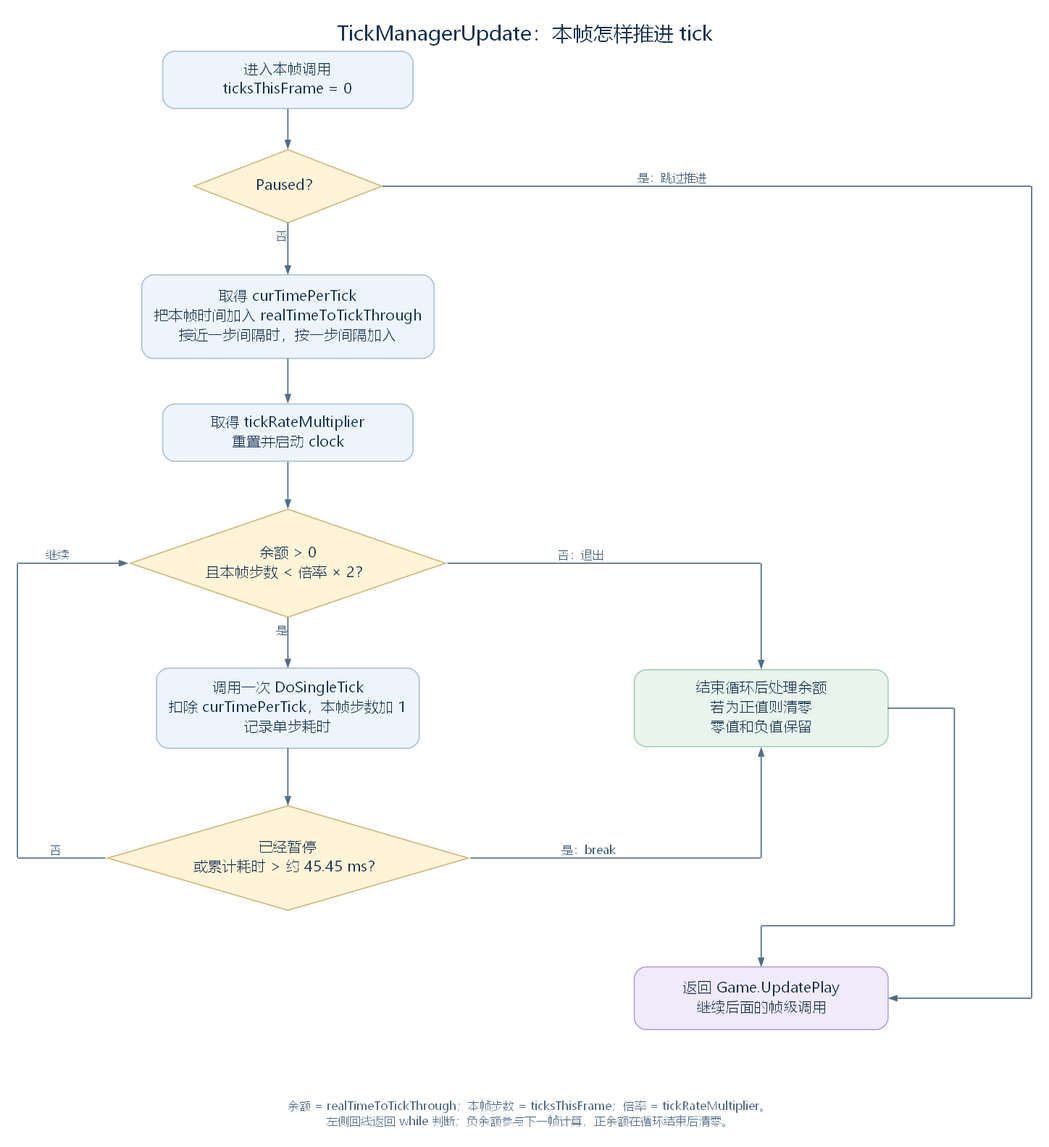
Sil1cateS/rimworld-deconstruction keeps this Graphviz diagram as docs/readable/figures/tickmanager-update-loop.png. Above is the earlier version. Its source is kept beside it as docs/readable/figures/tickmanager-update-loop.dot. The source it was exported from:
```dot
digraph TickManagerUpdate {
  graph [layout=neato, overlap=true, splines=polyline, bgcolor="white", pad="0.25", fontname="Microsoft YaHei", fontsize=21, fontcolor="#17324d", labelloc=t, label="TickManagerUpdate：本帧怎样推进 tick"];
  node [shape=box, style="rounded,filled", fillcolor="#edf4fb", color="#a8bfd4", fontname="Microsoft YaHei", fontsize=15, fontcolor="#17324d", margin="0.18,0.13", width=3.6, height=0.72, penwidth=1.2];
  edge [color="#526d85", fontname="Microsoft YaHei", fontsize=12, fontcolor="#415b73", arrowsize=0.75, penwidth=1.3];
  start [pos="310,1100!", label="进入本帧调用\nticksThisFrame = 0"];
  paused [pos="310,990!", shape=diamond, style=filled, width=2.7, height=1.05, label="Paused？", fillcolor="#fff3d8", color="#cfb579"];
  add [pos="310,855!", height=1.2, label="取得 curTimePerTick\n把本帧时间加入 realTimeToTickThrough\n接近一步间隔时，按一步间隔加入"];
  clock [pos="310,735!", label="取得 tickRateMultiplier\n重置并启动 clock"];
  loop [pos="310,600!", shape=diamond, style=filled, width=4.1, height=1.55, label="余额 > 0\n且本帧步数 < 倍率 × 2？", fillcolor="#fff3d8", color="#cfb579"];
  tick [pos="310,450!", height=1.15, label="调用一次 DoSingleTick\n扣除 curTimePerTick，本帧步数加 1\n记录单步耗时"];
  limit [pos="310,295!", shape=diamond, style=filled, width=3.9, height=1.5, label="已经暂停\n或累计耗时 > 约 45.45 ms？", fillcolor="#fff3d8", color="#cfb579"];
  clear [pos="800,450!", width=3.65, height=1.05, label="结束循环后处理余额\n若为正值则清零\n零值和负值保留", fillcolor="#e8f4ed", color="#a5cbb8"];
  end [pos="800,150!", width=3.65, height=0.9, label="返回 Game.UpdatePlay\n继续后面的帧级调用", fillcolor="#f0eafa", color="#b5a1d1"];
  node [shape=point, width=0.001, height=0.001, label="", style=invis];
  loop_top [pos="30,600!"];
  loop_bottom [pos="30,295!"];
  paused_right [pos="1080,990!"];
  paused_bottom [pos="1080,150!"];
  exit_top [pos="800,600!"];
  break_right [pos="800,295!"];
  clear_right [pos="1000,450!"];
  clear_bottom [pos="1000,225!"];
  end_above [pos="800,225!"];
  start:s -> paused:n;
  paused:s -> add:n [label="否"];
  paused:e -> paused_right [label="是：跳过推进", arrowhead=none];
  paused_right -> paused_bottom [arrowhead=none];
  paused_bottom -> end:e;
  add:s -> clock:n;
  clock:s -> loop:n;
  loop:s -> tick:n [label="是"];
  loop:e -> exit_top [label="否：退出", arrowhead=none];
  exit_top -> clear:n;
  tick:s -> limit:n;
  limit:w -> loop_bottom [label="否", arrowhead=none];
  loop_bottom -> loop_top [arrowhead=none];
  loop_top -> loop:w [label="继续"];
  limit:e -> break_right [label="是：break", arrowhead=none];
  break_right -> clear:s;
  clear:e -> clear_right [arrowhead=none];
  clear_right -> clear_bottom [arrowhead=none];
  clear_bottom -> end_above [arrowhead=none];
  end_above -> end:n;
  legend [shape=plain, style="", pos="560,30!", fontsize=12, fontcolor="#526d85", label="余额 = realTimeToTickThrough；本帧步数 = ticksThisFrame；倍率 = tickRateMultiplier。\n左侧回线返回 while 判断；负余额参与下一帧计算，正余额在循环结束后清零。"];
}
```
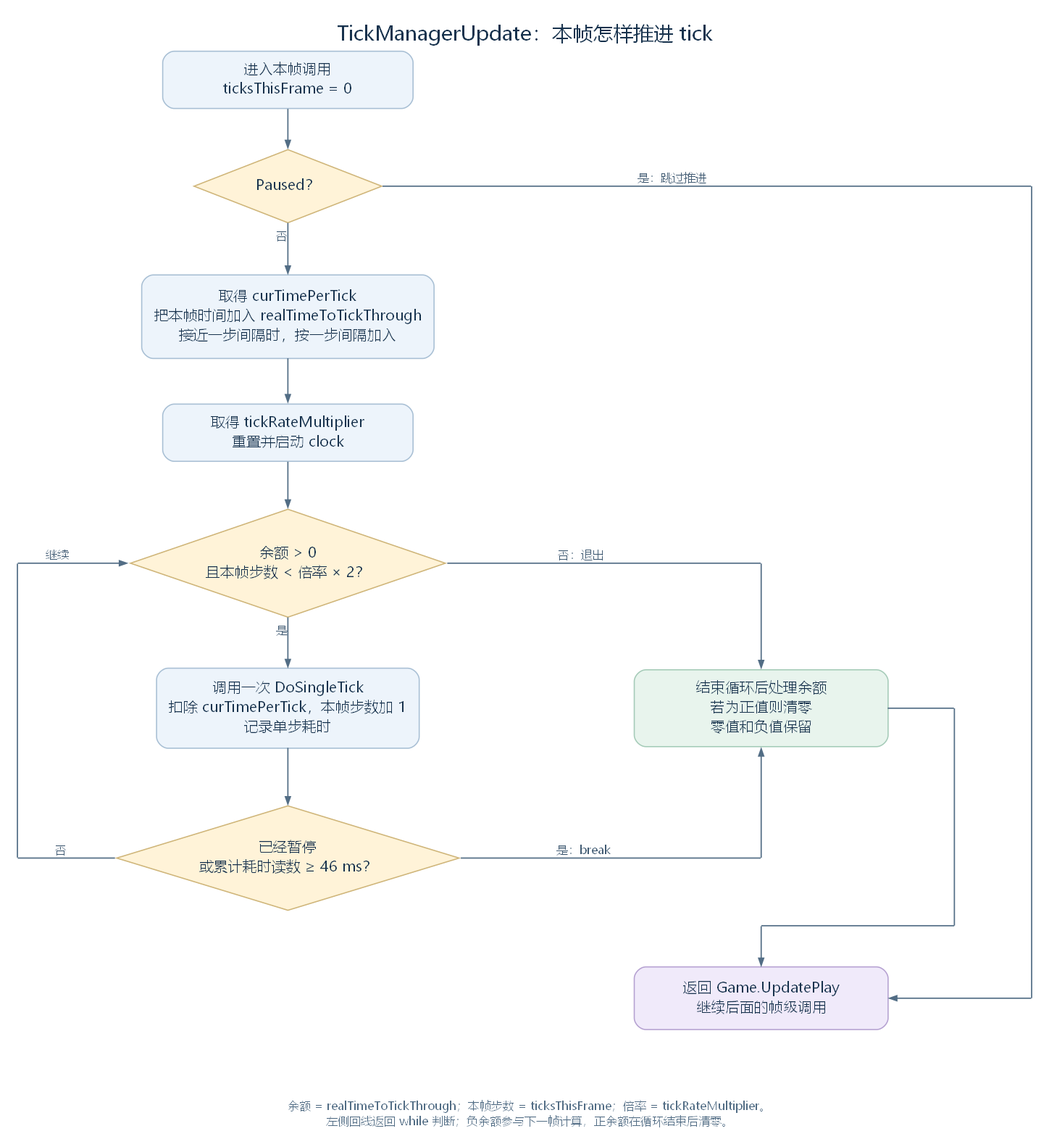
The same file after the commit.

What changed in the source:
```diff
@@ -8,7 +8,7 @@
   clock [pos="310,735!", label="取得 tickRateMultiplier\n重置并启动 clock"];
   loop [pos="310,600!", shape=diamond, style=filled, width=4.1, height=1.55, label="余额 > 0\n且本帧步数 < 倍率 × 2？", fillcolor="#fff3d8", color="#cfb579"];
   tick [pos="310,450!", height=1.15, label="调用一次 DoSingleTick\n扣除 curTimePerTick，本帧步数加 1\n记录单步耗时"];
-  limit [pos="310,295!", shape=diamond, style=filled, width=3.9, height=1.5, label="已经暂停\n或累计耗时 > 约 45.45 ms？", fillcolor="#fff3d8", color="#cfb579"];
+  limit [pos="310,295!", shape=diamond, style=filled, width=3.9, height=1.5, label="已经暂停\n或累计耗时读数 ≥ 46 ms？", fillcolor="#fff3d8", color="#cfb579"];
   clear [pos="800,450!", width=3.65, height=1.05, label="结束循环后处理余额\n若为正值则清零\n零值和负值保留", fillcolor="#e8f4ed", color="#a5cbb8"];
   end [pos="800,150!", width=3.65, height=0.9, label="返回 Game.UpdatePlay\n继续后面的帧级调用", fillcolor="#f0eafa", color="#b5a1d1"];
   node [shape=point, width=0.001, height=0.001, label="", style=invis];
```
